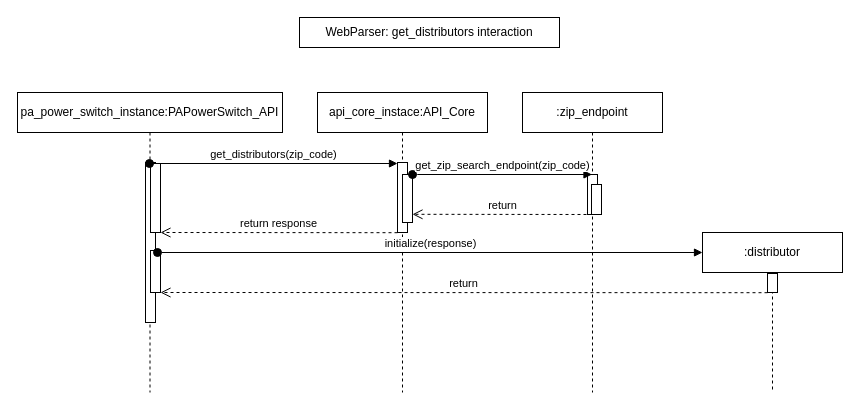
Earlier version of the draw.io diagram page "WebParser get_distributors" (1 of 4) of documentation/diagrams/InteractionDiagrams.drawio (PSUCapstone2023-Group1/Clean-Energy-PA). Source tidied: cells renumbered, new cells numbered last; positions are measured from the earlier drawing's top-left corner, leaving out a move shared by most shapes. Both pictures are drawn from the tidied source at 100%, with x=0, y=0 at pixel (17, 17).
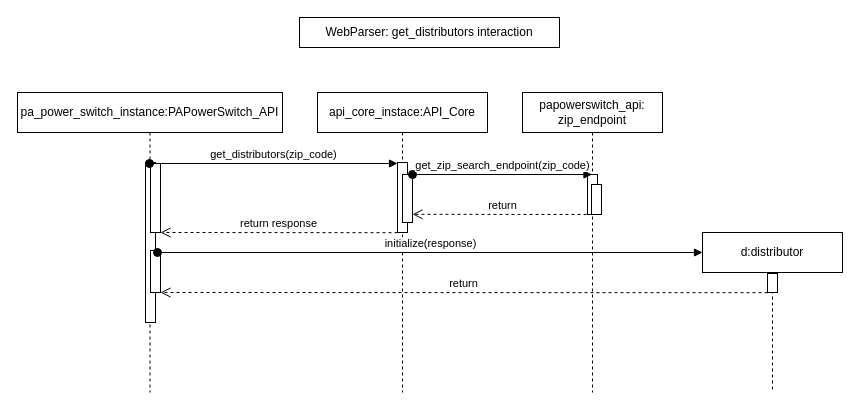
The same diagram, later.

What changed in the source:
```diff
@@
-    <mxCell id="9" value=":zip_endpoint" style="shape=umlLifeline;perimeter=lifelinePerimeter;whiteSpace=wrap;html=1;outlineConnect=0;portConstraint=eastwest;newEdgeStyle={&quot;edgeStyle&quot;:&quot;elbowEdgeStyle&quot;,&quot;elbow&quot;:&quot;vertical&quot;,&quot;curved&quot;:0,&quot;rounded&quot;:0};" parent="1" vertex="1">
+    <mxCell id="9" value="papowerswitch_api:&lt;br&gt;zip_endpoint" style="shape=umlLifeline;perimeter=lifelinePerimeter;whiteSpace=wrap;html=1;outlineConnect=0;portConstraint=eastwest;newEdgeStyle={&quot;edgeStyle&quot;:&quot;elbowEdgeStyle&quot;,&quot;elbow&quot;:&quot;vertical&quot;,&quot;curved&quot;:0,&quot;rounded&quot;:0};" parent="1" vertex="1">
       <mxGeometry x="505" y="75" width="140" height="300" as="geometry" />
     </mxCell>
@@
-    <mxCell id="14" value=":distributor" style="shape=umlLifeline;perimeter=lifelinePerimeter;whiteSpace=wrap;html=1;newEdgeStyle={&quot;edgeStyle&quot;:&quot;elbowEdgeStyle&quot;,&quot;elbow&quot;:&quot;vertical&quot;,&quot;curved&quot;:0,&quot;rounded&quot;:0};" parent="1" vertex="1">
+    <mxCell id="14" value="d:distributor" style="shape=umlLifeline;perimeter=lifelinePerimeter;whiteSpace=wrap;html=1;newEdgeStyle={&quot;edgeStyle&quot;:&quot;elbowEdgeStyle&quot;,&quot;elbow&quot;:&quot;vertical&quot;,&quot;curved&quot;:0,&quot;rounded&quot;:0};" parent="1" vertex="1">
       <mxGeometry x="685" y="215" width="140" height="160" as="geometry" />
     </mxCell>
```
